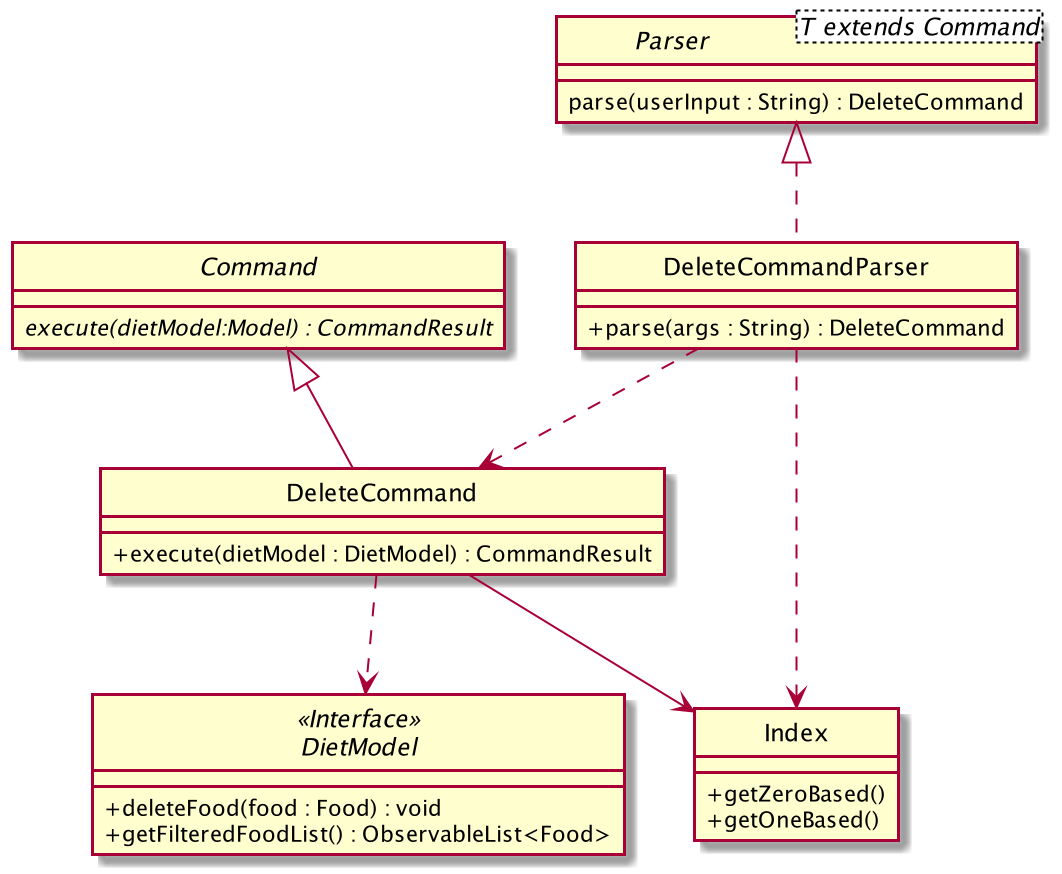
AY1920S2-CS2103T-W13-1/main keeps this PlantUML diagram as images/DietTrackerDeleteCommandClassDiagram.png. Above is the earlier version.
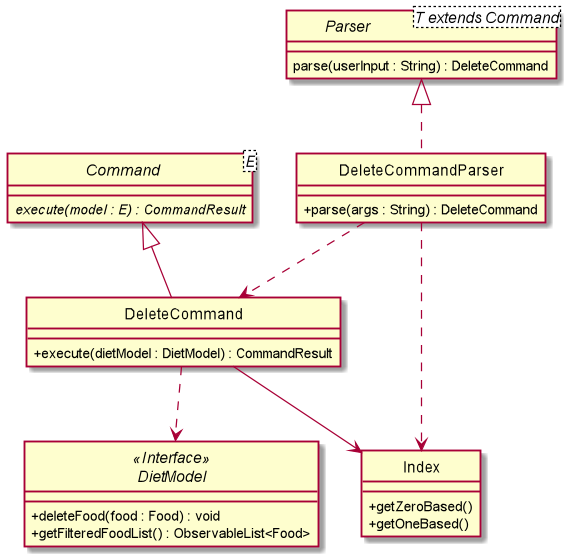
The same diagram one commit later.

The edit, as a diff of the source:
```diff
@@ -13,11 +13,12 @@
     parse(userInput : String) : DeleteCommand
 }
 
-abstract class Command {
-    {abstract} execute(dietModel:Model) : CommandResult
+abstract class Command<E> {
+    {abstract} execute(model : E) : CommandResult
 }
 
 class DeleteCommand extends Command {
+
 
     + execute(dietModel : DietModel) : CommandResult
 
```
